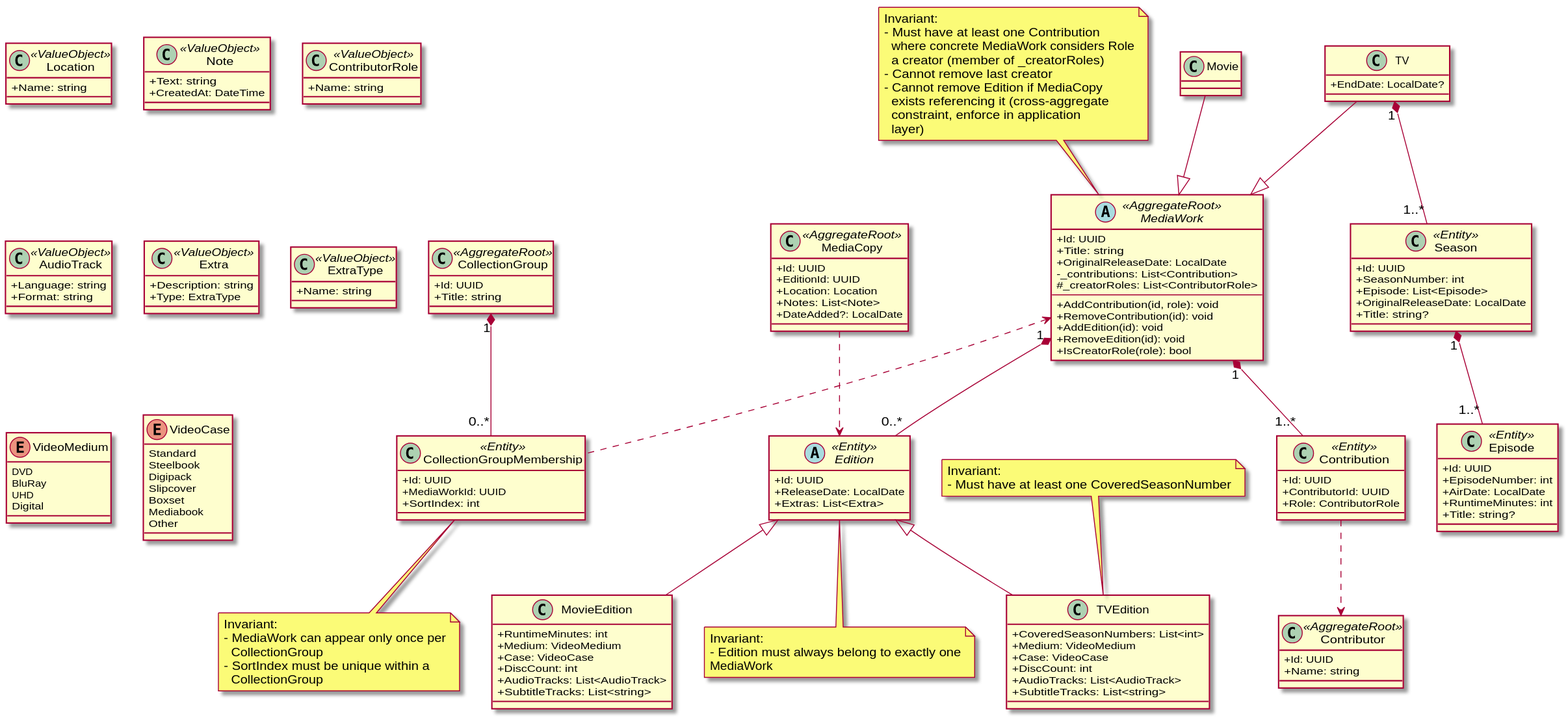
Above: docs/diagrams/domain/domain-all.svg in yantue/colleq (PlantUML), before the change.
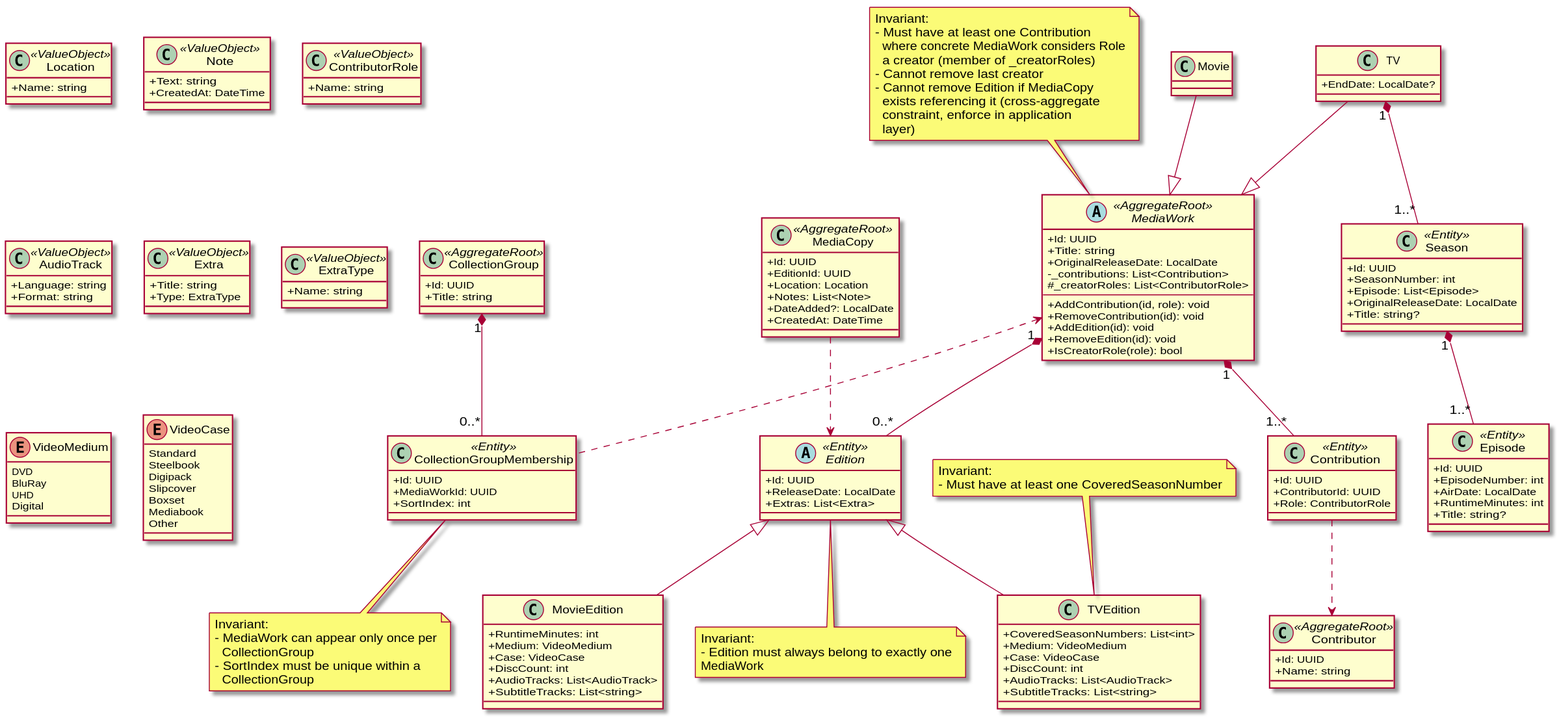
After the change.

Change to the diagram source:
```diff
@@ -39,6 +39,7 @@
     +Location: Location
     +Notes: List<Note>
     +DateAdded?: LocalDate
+    +CreatedAt: DateTime
 }
 
 class Location <<ValueObject>> {
@@ -166,7 +167,7 @@
 }
 
 class Extra <<ValueObject>> {
-    +Description: string
+    +Title: string
     +Type: ExtraType
 }
 
```
